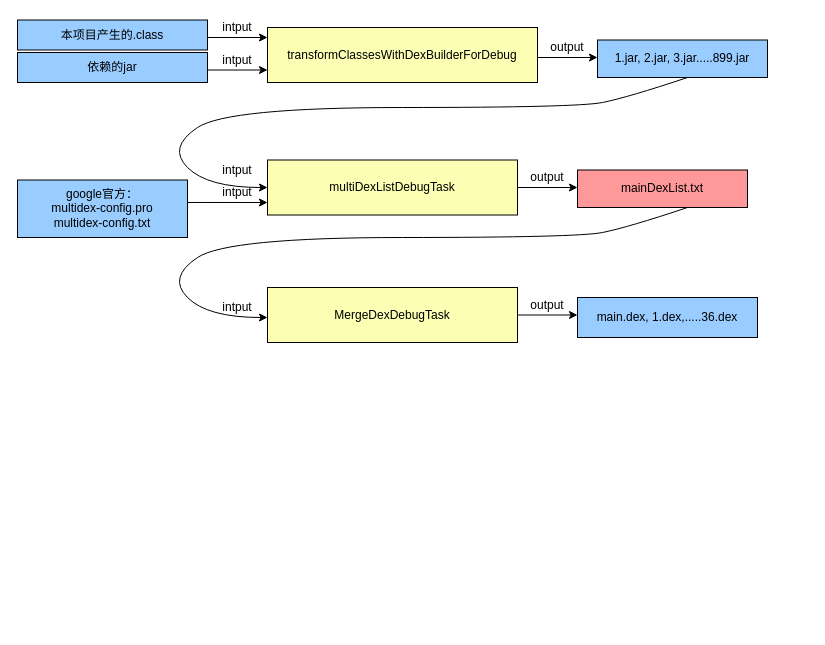
Above: page "Page-5" (5 of 6) of T9.drawio in shinecjj/UML (draw.io), before the change. Source tidied: cells renumbered, new cells numbered last; positions are measured from the earlier drawing's top-left corner, leaving out a move shared by most shapes. Both pictures are drawn from the tidied source at 100%, with x=0, y=0 at pixel (17, 17).
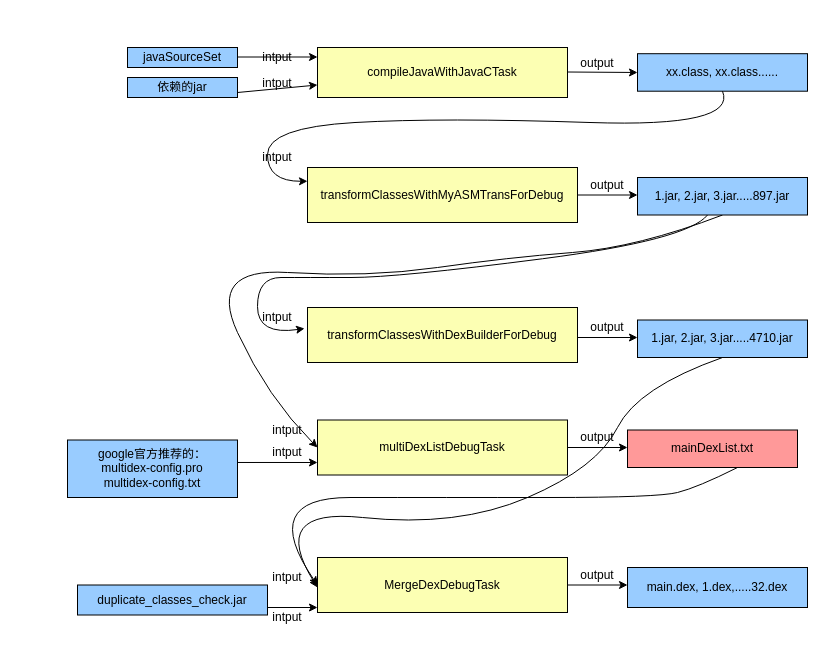
After the change.

Diff of the diagram source:
```diff
@@
     <mxCell id="2" value="multiDexListDebugTask" style="rounded=0;whiteSpace=wrap;html=1;strokeColor=#000000;fillColor=#FCFFB3;" parent="1" vertex="1">
-      <mxGeometry x="250" y="142.5" width="250" height="55" as="geometry" />
+      <mxGeometry x="300" y="402.5" width="250" height="55" as="geometry" />
     </mxCell>
     <mxCell id="3" value="transformClassesWithDexBuilderForDebug" style="rounded=0;whiteSpace=wrap;html=1;strokeColor=#000000;fillColor=#FCFFB3;" parent="1" vertex="1">
-      <mxGeometry x="250" y="10" width="270" height="55" as="geometry" />
+      <mxGeometry x="290" y="290" width="270" height="55" as="geometry" />
     </mxCell>
     <mxCell id="4" value="MergeDexDebugTask" style="rounded=0;whiteSpace=wrap;html=1;strokeColor=#000000;fillColor=#FCFFB3;" parent="1" vertex="1">
-      <mxGeometry x="250" y="270" width="250" height="55" as="geometry" />
+      <mxGeometry x="300" y="540" width="250" height="55" as="geometry" />
     </mxCell>
-    <mxCell id="5" style="endArrow=classic;html=1;strokeColor=#000000;fillColor=#FFFFFF;" parent="1" edge="1">
-      <mxGeometry relative="1" as="geometry">
-        <mxPoint x="190" y="20" as="sourcePoint" />
-        <mxPoint x="250" y="20" as="targetPoint" />
-      </mxGeometry>
-    </mxCell>
-    <mxCell id="6" value="intput" style="text;html=1;strokeColor=none;fillColor=none;align=center;verticalAlign=middle;whiteSpace=wrap;rounded=0;" parent="1" vertex="1">
-      <mxGeometry x="200" width="40" height="20" as="geometry" />
-    </mxCell>
-    <mxCell id="7" value="本项目产生的.class" style="rounded=0;whiteSpace=wrap;html=1;strokeColor=#000000;fillColor=#99CCFF;" parent="1" vertex="1">
-      <mxGeometry y="2.5" width="190" height="30" as="geometry" />
-    </mxCell>
-    <mxCell id="8" style="endArrow=classic;html=1;strokeColor=#000000;fillColor=#FFFFFF;" parent="1" edge="1">
-      <mxGeometry relative="1" as="geometry">
-        <mxPoint x="190" y="52.5" as="sourcePoint" />
-        <mxPoint x="250" y="52.5" as="targetPoint" />
-      </mxGeometry>
-    </mxCell>
-    <mxCell id="9" value="intput" style="text;html=1;strokeColor=none;fillColor=none;align=center;verticalAlign=middle;whiteSpace=wrap;rounded=0;" parent="1" vertex="1">
-      <mxGeometry x="200" y="32.5" width="40" height="20" as="geometry" />
-    </mxCell>
-    <mxCell id="10" value="依赖的jar" style="rounded=0;whiteSpace=wrap;html=1;strokeColor=#000000;fillColor=#99CCFF;" parent="1" vertex="1">
-      <mxGeometry y="35" width="190" height="30" as="geometry" />
-    </mxCell>
     <mxCell id="11" style="endArrow=classic;html=1;strokeColor=#000000;fillColor=#FFFFFF;" parent="1" edge="1">
       <mxGeometry relative="1" as="geometry">
-        <mxPoint x="520" y="40" as="sourcePoint" />
-        <mxPoint x="580" y="40" as="targetPoint" />
+        <mxPoint x="560" y="320" as="sourcePoint" />
+        <mxPoint x="620" y="320" as="targetPoint" />
       </mxGeometry>
     </mxCell>
     <mxCell id="12" value="output" style="text;html=1;strokeColor=none;fillColor=none;align=center;verticalAlign=middle;whiteSpace=wrap;rounded=0;" parent="1" vertex="1">
-      <mxGeometry x="530" y="20" width="40" height="20" as="geometry" />
+      <mxGeometry x="570" y="300" width="40" height="20" as="geometry" />
     </mxCell>
-    <mxCell id="13" value="1.jar, 2.jar, 3.jar.....899.jar" style="rounded=0;whiteSpace=wrap;html=1;strokeColor=#000000;fillColor=#99CCFF;" parent="1" vertex="1">
-      <mxGeometry x="580" y="22.5" width="170" height="37.5" as="geometry" />
+    <mxCell id="13" value="1.jar, 2.jar, 3.jar.....4710.jar" style="rounded=0;whiteSpace=wrap;html=1;strokeColor=#000000;fillColor=#99CCFF;" parent="1" vertex="1">
+      <mxGeometry x="620" y="302.5" width="170" height="37.5" as="geometry" />
     </mxCell>
-    <mxCell id="14" style="curved=1;endArrow=classic;html=1;entryX=0;entryY=0.5;entryDx=0;entryDy=0;" parent="1" edge="1" target="2">
+    <mxCell id="14" style="curved=1;endArrow=classic;html=1;entryX=0;entryY=0.5;entryDx=0;entryDy=0;exitX=0.5;exitY=1;exitDx=0;exitDy=0;" parent="1" edge="1" source="31" target="2">
       <mxGeometry relative="1" as="geometry">
-        <mxPoint x="670" y="60" as="sourcePoint" />
         <Array as="points">
-          <mxPoint x="610" y="80" />
-          <mxPoint x="560" y="90" />
-          <mxPoint x="210" y="90" />
-          <mxPoint x="150" y="130" />
-          <mxPoint x="190" y="170" />
+          <mxPoint x="620" y="230" />
+          <mxPoint x="490" y="240" />
+          <mxPoint x="350" y="260" />
+          <mxPoint x="190" y="250" />
+          <mxPoint x="250" y="380" />
         </Array>
       </mxGeometry>
     </mxCell>
     <mxCell id="15" value="intput" style="text;html=1;strokeColor=none;fillColor=none;align=center;verticalAlign=middle;whiteSpace=wrap;rounded=0;" parent="1" vertex="1">
-      <mxGeometry x="200" y="142.5" width="40" height="20" as="geometry" />
+      <mxGeometry x="250" y="402.5" width="40" height="20" as="geometry" />
     </mxCell>
     <mxCell id="16" style="endArrow=classic;html=1;strokeColor=#000000;fillColor=#FFFFFF;" parent="1" edge="1">
       <mxGeometry relative="1" as="geometry">
-        <mxPoint x="500" y="170" as="sourcePoint" />
-        <mxPoint x="560" y="170" as="targetPoint" />
+        <mxPoint x="550" y="430" as="sourcePoint" />
+        <mxPoint x="610" y="430" as="targetPoint" />
       </mxGeometry>
     </mxCell>
     <mxCell id="17" value="output" style="text;html=1;strokeColor=none;fillColor=none;align=center;verticalAlign=middle;whiteSpace=wrap;rounded=0;" parent="1" vertex="1">
-      <mxGeometry x="510" y="150" width="40" height="20" as="geometry" />
+      <mxGeometry x="560" y="410" width="40" height="20" as="geometry" />
     </mxCell>
     <mxCell id="18" value="mainDexList.txt" style="rounded=0;whiteSpace=wrap;html=1;strokeColor=#000000;fillColor=#FF9999;" parent="1" vertex="1">
-      <mxGeometry x="560" y="152.5" width="170" height="37.5" as="geometry" />
+      <mxGeometry x="610" y="412.5" width="170" height="37.5" as="geometry" />
     </mxCell>
-    <mxCell id="19" style="curved=1;endArrow=classic;html=1;entryX=0;entryY=0.5;entryDx=0;entryDy=0;" parent="1" edge="1">
+    <mxCell id="19" style="curved=1;endArrow=classic;html=1;entryX=0;entryY=0.5;entryDx=0;entryDy=0;" parent="1" edge="1" target="4">
       <mxGeometry relative="1" as="geometry">
-        <mxPoint x="670" y="190" as="sourcePoint" />
-        <mxPoint x="250" y="300" as="targetPoint" />
+        <mxPoint x="720" y="450" as="sourcePoint" />
         <Array as="points">
-          <mxPoint x="610" y="210" />
-          <mxPoint x="560" y="220" />
-          <mxPoint x="210" y="220" />
-          <mxPoint x="150" y="260" />
-          <mxPoint x="190" y="300" />
+          <mxPoint x="680" y="470" />
+          <mxPoint x="640" y="480" />
+          <mxPoint x="425" y="480" />
+          <mxPoint x="240" y="480" />
         </Array>
       </mxGeometry>
     </mxCell>
     <mxCell id="20" value="intput" style="text;html=1;strokeColor=none;fillColor=none;align=center;verticalAlign=middle;whiteSpace=wrap;rounded=0;" parent="1" vertex="1">
-      <mxGeometry x="200" y="280" width="40" height="20" as="geometry" />
+      <mxGeometry x="250" y="550" width="40" height="20" as="geometry" />
     </mxCell>
     <mxCell id="21" style="endArrow=classic;html=1;strokeColor=#000000;fillColor=#FFFFFF;" parent="1" edge="1">
       <mxGeometry relative="1" as="geometry">
-        <mxPoint x="500" y="297.5" as="sourcePoint" />
-        <mxPoint x="560" y="297.5" as="targetPoint" />
+        <mxPoint x="550" y="567.5" as="sourcePoint" />
+        <mxPoint x="610" y="567.5" as="targetPoint" />
       </mxGeometry>
     </mxCell>
     <mxCell id="22" value="output" style="text;html=1;strokeColor=none;fillColor=none;align=center;verticalAlign=middle;whiteSpace=wrap;rounded=0;" parent="1" vertex="1">
-      <mxGeometry x="510" y="277.5" width="40" height="20" as="geometry" />
+      <mxGeometry x="560" y="547.5" width="40" height="20" as="geometry" />
     </mxCell>
-    <mxCell id="23" value="main.dex, 1.dex,.....36.dex" style="rounded=0;whiteSpace=wrap;html=1;strokeColor=#000000;fillColor=#99CCFF;" parent="1" vertex="1">
-      <mxGeometry x="560" y="280" width="180" height="40" as="geometry" />
+    <mxCell id="23" value="main.dex, 1.dex,.....32.dex" style="rounded=0;whiteSpace=wrap;html=1;strokeColor=#000000;fillColor=#99CCFF;" parent="1" vertex="1">
+      <mxGeometry x="610" y="550" width="180" height="40" as="geometry" />
     </mxCell>
@@
     <mxCell id="25" style="endArrow=classic;html=1;strokeColor=#000000;fillColor=#FFFFFF;exitX=1;exitY=0.391;exitDx=0;exitDy=0;exitPerimeter=0;" parent="1" edge="1" source="27">
       <mxGeometry relative="1" as="geometry">
-        <mxPoint x="250" y="185" as="targetPoint" />
+        <mxPoint x="300" y="445" as="targetPoint" />
       </mxGeometry>
     </mxCell>
     <mxCell id="26" value="intput" style="text;html=1;strokeColor=none;fillColor=none;align=center;verticalAlign=middle;whiteSpace=wrap;rounded=0;" parent="1" vertex="1">
-      <mxGeometry x="200" y="165" width="40" height="20" as="geometry" />
+      <mxGeometry x="250" y="425" width="40" height="20" as="geometry" />
     </mxCell>
-    <mxCell id="27" value="&lt;div&gt;google官方：&lt;/div&gt;&lt;div&gt;multidex-config.pro&lt;/div&gt;&lt;div&gt;multidex-config.txt&lt;/div&gt;" style="rounded=0;whiteSpace=wrap;html=1;strokeColor=#000000;fillColor=#99CCFF;" parent="1" vertex="1">
-      <mxGeometry y="162.5" width="170" height="57.5" as="geometry" />
+    <mxCell id="27" value="&lt;div&gt;google官方推荐的：&lt;/div&gt;&lt;div&gt;multidex-config.pro&lt;/div&gt;&lt;div&gt;multidex-config.txt&lt;/div&gt;" style="rounded=0;whiteSpace=wrap;html=1;strokeColor=#000000;fillColor=#99CCFF;" parent="1" vertex="1">
+      <mxGeometry x="50" y="422.5" width="170" height="57.5" as="geometry" />
     </mxCell>
+    <mxCell id="28" value="transformClassesWithMyASMTransForDebug" style="rounded=0;whiteSpace=wrap;html=1;strokeColor=#000000;fillColor=#FCFFB3;" parent="1" vertex="1">
+      <mxGeometry x="290" y="150" width="270" height="55" as="geometry" />
+    </mxCell>
+    <mxCell id="29" style="endArrow=classic;html=1;strokeColor=#000000;fillColor=#FFFFFF;" parent="1" edge="1">
+      <mxGeometry relative="1" as="geometry">
+        <mxPoint x="560" y="177.5" as="sourcePoint" />
+        <mxPoint x="620" y="177.5" as="targetPoint" />
+      </mxGeometry>
+    </mxCell>
+    <mxCell id="30" value="output" style="text;html=1;strokeColor=none;fillColor=none;align=center;verticalAlign=middle;whiteSpace=wrap;rounded=0;" parent="1" vertex="1">
+      <mxGeometry x="570" y="157.5" width="40" height="20" as="geometry" />
+    </mxCell>
+    <mxCell id="31" value="1.jar, 2.jar, 3.jar.....897.jar" style="rounded=0;whiteSpace=wrap;html=1;strokeColor=#000000;fillColor=#99CCFF;" parent="1" vertex="1">
+      <mxGeometry x="620" y="160" width="170" height="37.5" as="geometry" />
+    </mxCell>
+    <mxCell id="32" value="&lt;span&gt;duplicate_classes_check.jar&lt;/span&gt;" style="rounded=0;whiteSpace=wrap;html=1;strokeColor=#000000;fillColor=#99CCFF;" parent="1" vertex="1">
+      <mxGeometry x="60" y="567.5" width="190" height="30" as="geometry" />
+    </mxCell>
+    <mxCell id="33" value="intput" style="text;html=1;strokeColor=none;fillColor=none;align=center;verticalAlign=middle;whiteSpace=wrap;rounded=0;" parent="1" vertex="1">
+      <mxGeometry x="250" y="590" width="40" height="20" as="geometry" />
+    </mxCell>
+    <mxCell id="34" style="endArrow=classic;html=1;" parent="1" edge="1">
+      <mxGeometry relative="1" as="geometry">
+        <mxPoint x="250" y="590" as="sourcePoint" />
+        <mxPoint x="300" y="590" as="targetPoint" />
+      </mxGeometry>
+    </mxCell>
+    <mxCell id="35" style="curved=1;endArrow=classic;html=1;entryX=-0.011;entryY=0.382;entryDx=0;entryDy=0;entryPerimeter=0;" parent="1" edge="1" source="31" target="3">
+      <mxGeometry relative="1" as="geometry">
+        <Array as="points">
+          <mxPoint x="670" y="222.5" />
+          <mxPoint x="380" y="260" />
+          <mxPoint x="287" y="260" />
+          <mxPoint x="240" y="260" />
+          <mxPoint x="240" y="318" />
+        </Array>
+      </mxGeometry>
+    </mxCell>
+    <mxCell id="36" value="compileJavaWithJavaCTask" style="rounded=0;whiteSpace=wrap;html=1;strokeColor=#000000;fillColor=#FCFFB3;" parent="1" vertex="1">
+      <mxGeometry x="300" y="30" width="250" height="50" as="geometry" />
+    </mxCell>
+    <mxCell id="37" value="&lt;div&gt;javaSourceSet&lt;/div&gt;" style="rounded=0;whiteSpace=wrap;html=1;strokeColor=#000000;fillColor=#99CCFF;" parent="1" vertex="1">
+      <mxGeometry x="110" y="30" width="110" height="20" as="geometry" />
+    </mxCell>
+    <mxCell id="38" style="endArrow=classic;html=1;" parent="1" edge="1">
+      <mxGeometry relative="1" as="geometry">
+        <mxPoint x="220" y="39.5" as="sourcePoint" />
+        <mxPoint x="300" y="39.5" as="targetPoint" />
+      </mxGeometry>
+    </mxCell>
+    <mxCell id="39" style="endArrow=classic;html=1;" parent="1" edge="1">
+      <mxGeometry relative="1" as="geometry">
+        <mxPoint x="550" y="54.5" as="sourcePoint" />
+        <mxPoint x="620" y="55" as="targetPoint" />
+      </mxGeometry>
+    </mxCell>
+    <mxCell id="40" value="xx.class, xx.class......" style="rounded=0;whiteSpace=wrap;html=1;strokeColor=#000000;fillColor=#99CCFF;" parent="1" vertex="1">
+      <mxGeometry x="620" y="36.2" width="170" height="37.5" as="geometry" />
+    </mxCell>
+    <mxCell id="41" style="curved=1;endArrow=classic;html=1;entryX=0;entryY=0.25;entryDx=0;entryDy=0;exitX=0.5;exitY=1;exitDx=0;exitDy=0;" parent="1" edge="1" source="40" target="28">
+      <mxGeometry relative="1" as="geometry">
+        <Array as="points">
+          <mxPoint x="720" y="110" />
+          <mxPoint x="425" y="100" />
+          <mxPoint x="250" y="110" />
+          <mxPoint x="250" y="164" />
+        </Array>
+      </mxGeometry>
+    </mxCell>
+    <mxCell id="42" value="intput" style="text;html=1;strokeColor=none;fillColor=none;align=center;verticalAlign=middle;whiteSpace=wrap;rounded=0;" parent="1" vertex="1">
+      <mxGeometry x="240" y="130" width="40" height="20" as="geometry" />
+    </mxCell>
+    <mxCell id="43" value="intput" style="text;html=1;strokeColor=none;fillColor=none;align=center;verticalAlign=middle;whiteSpace=wrap;rounded=0;" parent="1" vertex="1">
+      <mxGeometry x="240" y="290" width="40" height="20" as="geometry" />
+    </mxCell>
+    <mxCell id="44" value="intput" style="text;html=1;strokeColor=none;fillColor=none;align=center;verticalAlign=middle;whiteSpace=wrap;rounded=0;" parent="1" vertex="1">
+      <mxGeometry x="240" y="30" width="40" height="20" as="geometry" />
+    </mxCell>
+    <mxCell id="45" value="output" style="text;html=1;strokeColor=none;fillColor=none;align=center;verticalAlign=middle;whiteSpace=wrap;rounded=0;" parent="1" vertex="1">
+      <mxGeometry x="560" y="36.2" width="40" height="20" as="geometry" />
+    </mxCell>
+    <mxCell id="10" value="依赖的jar" style="rounded=0;whiteSpace=wrap;html=1;strokeColor=#000000;fillColor=#99CCFF;" parent="1" vertex="1">
+      <mxGeometry x="110" y="60" width="110" height="20" as="geometry" />
+    </mxCell>
+    <mxCell id="46" style="endArrow=classic;html=1;entryX=0;entryY=0.75;entryDx=0;entryDy=0;exitX=1;exitY=0.75;exitDx=0;exitDy=0;" parent="1" edge="1" source="10" target="36">
+      <mxGeometry relative="1" as="geometry" />
+    </mxCell>
+    <mxCell id="47" value="intput" style="text;html=1;strokeColor=none;fillColor=none;align=center;verticalAlign=middle;whiteSpace=wrap;rounded=0;" parent="1" vertex="1">
+      <mxGeometry x="240" y="56.2" width="40" height="20" as="geometry" />
+    </mxCell>
+    <mxCell id="48" style="curved=1;endArrow=classic;html=1;exitX=0.5;exitY=1;exitDx=0;exitDy=0;" parent="1" edge="1" source="13">
+      <mxGeometry relative="1" as="geometry">
+        <mxPoint x="300" y="570" as="targetPoint" />
+        <Array as="points">
+          <mxPoint x="620" y="370" />
+          <mxPoint x="580" y="450" />
+          <mxPoint x="440" y="510" />
+          <mxPoint x="250" y="490" />
+        </Array>
+      </mxGeometry>
+    </mxCell>
```
